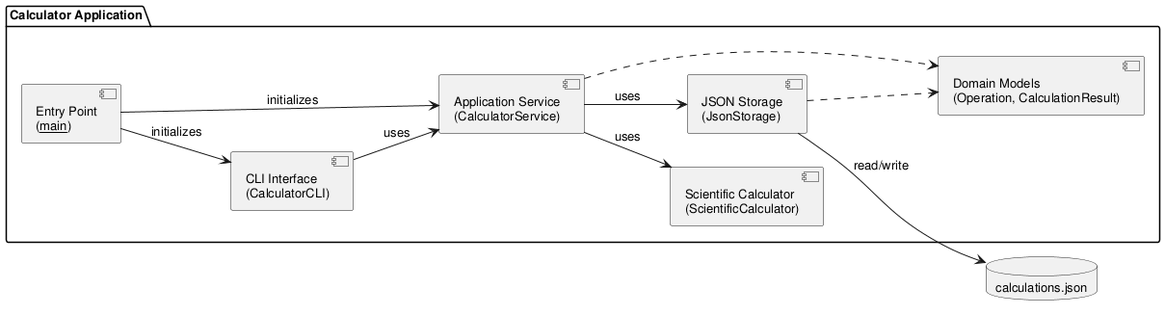
Above: experiments/supervisor_as_tools/test_driven/calculator/artifacts/component_diagram.png in DanielRiha8906/Software_autoevolution_using_agents (PlantUML), before the change.
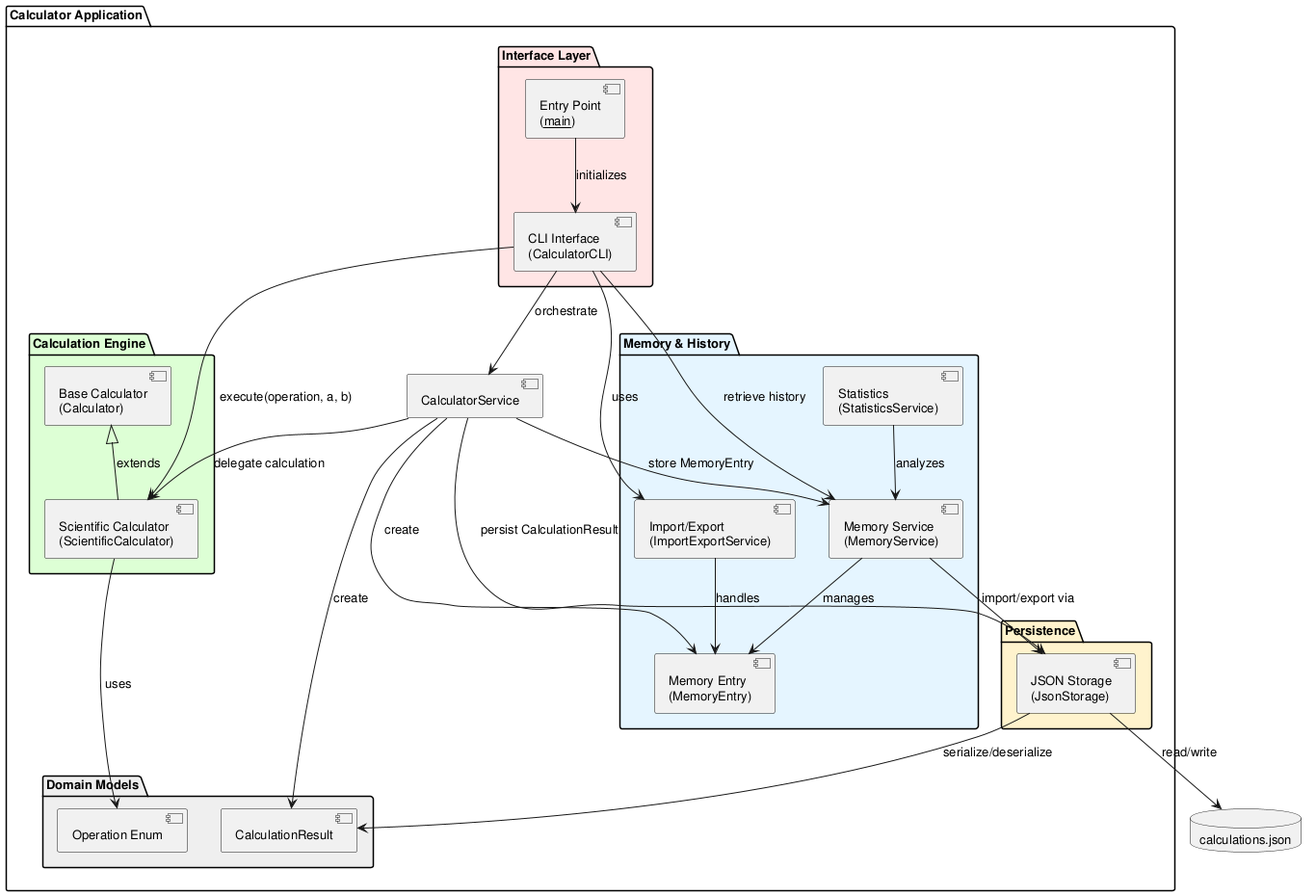
The same diagram one commit later.

What changed in the source:
```diff
@@ -2,26 +2,56 @@
 
 skinparam componentStyle uml2
 skinparam defaultFontSize 13
-left to right direction
+top to bottom direction
 
 package "Calculator Application" {
 
-    component "Entry Point\n(__main__)" as Main
-    component "CLI Interface\n(CalculatorCLI)" as CLI
-    component "Application Service\n(CalculatorService)" as Service
-    component "Scientific Calculator\n(ScientificCalculator)" as Calc
-    component "JSON Storage\n(JsonStorage)" as Store
-    component "Domain Models\n(Operation, CalculationResult)" as Models
+    package "Interface Layer" #FFE5E5 {
+        component "CLI Interface\n(CalculatorCLI)" as CLI
+        component "Entry Point\n(__main__)" as Main
+        Main --> CLI : initializes
+    }
 
-    Main --> CLI : initializes
-    Main --> Service : initializes
+    package "Calculation Engine" #DDFFD4 {
+        component "Scientific Calculator\n(ScientificCalculator)" as Calc
+        component "Base Calculator\n(Calculator)" as BasCalc
+        BasCalc <|-- Calc : extends
+    }
 
-    CLI --> Service : uses
-    Service --> Calc : uses
-    Service --> Store : uses
+    package "Memory & History" #E5F5FF {
+        component "Memory Service\n(MemoryService)" as Memory
+        component "Memory Entry\n(MemoryEntry)" as MemEntry
+        component "Import/Export\n(ImportExportService)" as ImportExport
+        component "Statistics\n(StatisticsService)" as Stats
+        Memory --> MemEntry : manages
+        ImportExport --> MemEntry : handles
+        Stats --> Memory : analyzes
+    }
 
-    Service ..> Models
-    Store ..> Models
+    package "Persistence" #FFF3CC {
+        component "JSON Storage\n(JsonStorage)" as Store
+    }
+
+    package "Domain Models" #EEEEEE {
+        component "Operation Enum" as Op
+        component "CalculationResult" as CalcResult
+    }
+
+    CLI --> Calc : execute(operation, a, b)
+    Calc --> Op : uses
+    CLI --> Memory : retrieve history
+    CLI --> ImportExport : uses
+
+    component "CalculatorService" as Service
+    Service --> Calc : delegate calculation
+    Service --> Memory : store MemoryEntry
+    Service --> Store : persist CalculationResult
+    Service --> CalcResult : create
+    Service --> MemEntry : create
+
+    CLI --> Service : orchestrate
+    Store --> CalcResult : serialize/deserialize
+    Memory --> Store : import/export via
 }
 
 database "calculations.json" as DB
```
